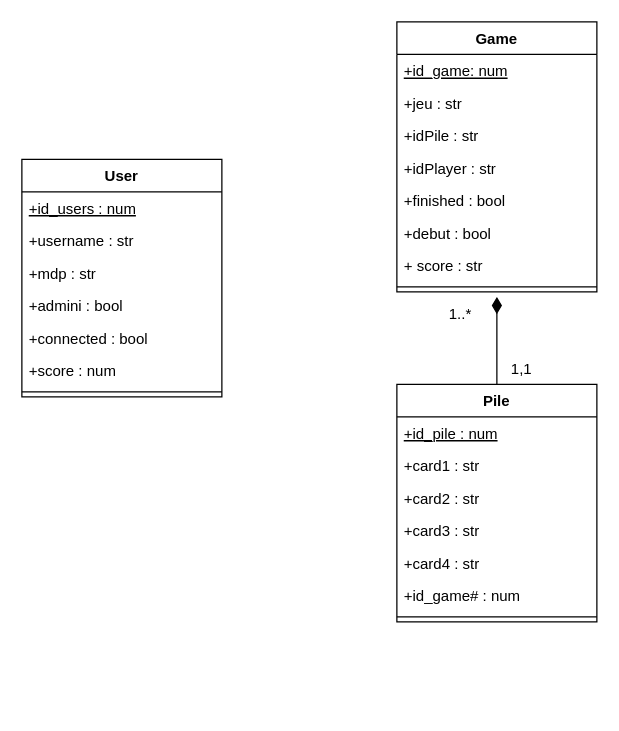
MailineN/ProjetInfo2A keeps this draw.io diagram as Diagrams/MCD2.drawio. Above is the earlier version. Source tidied: cells renumbered, new cells numbered last; positions are measured from the earlier drawing's top-left corner, leaving out a move shared by most shapes. Both pictures are drawn from the tidied source at 125%, with x=0, y=0 at pixel (21, 21).
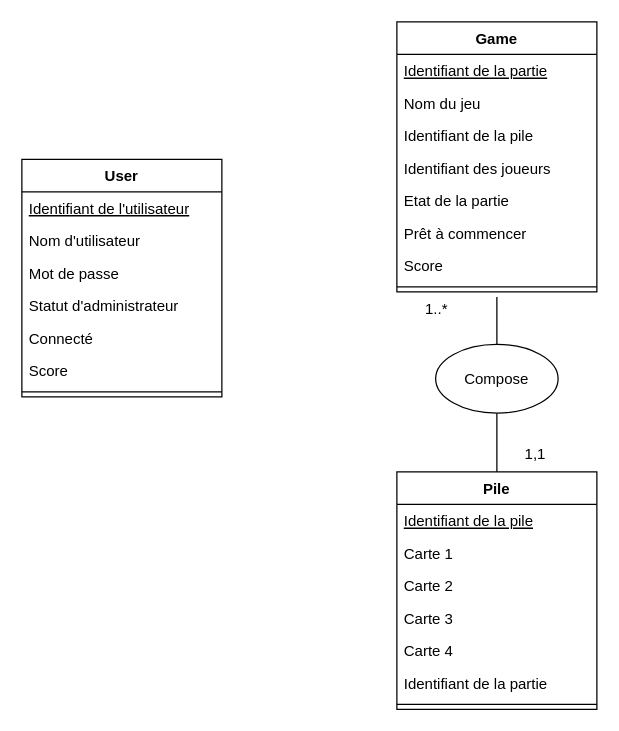
The same diagram, later.

The change refers to these unchanged cells:
```xml
<mxCell id="2" value="User" style="swimlane;fontStyle=1;align=center;verticalAlign=top;horizontal=1;startSize=26;" parent="1" vertex="1">
  <mxGeometry y="110" width="160" height="190" as="geometry" />
</mxCell>
<mxCell id="19" value="Game" style="swimlane;fontStyle=1;align=center;verticalAlign=top;horizontal=1;startSize=26;" parent="1" vertex="1">
  <mxGeometry x="300" width="160" height="216" as="geometry" />
</mxCell>
```

The edit, as a diff of the source:
```diff
@@
-    <mxCell id="3" value="+id_users : num" style="text;strokeColor=none;fillColor=none;align=left;verticalAlign=top;spacingLeft=4;spacingRight=4;overflow=hidden;fontStyle=4;" parent="2" vertex="1">
+    <mxCell id="3" value="Identifiant de l'utilisateur" style="text;strokeColor=none;fillColor=none;align=left;verticalAlign=top;spacingLeft=4;spacingRight=4;overflow=hidden;fontStyle=4;" parent="2" vertex="1">
       <mxGeometry y="26" width="160" height="26" as="geometry" />
     </mxCell>
-    <mxCell id="4" value="+username : str" style="text;strokeColor=none;fillColor=none;align=left;verticalAlign=top;spacingLeft=4;spacingRight=4;overflow=hidden;" parent="2" vertex="1">
+    <mxCell id="4" value="Nom d'utilisateur" style="text;strokeColor=none;fillColor=none;align=left;verticalAlign=top;spacingLeft=4;spacingRight=4;overflow=hidden;" parent="2" vertex="1">
       <mxGeometry y="52" width="160" height="26" as="geometry" />
     </mxCell>
-    <mxCell id="5" value="+mdp : str" style="text;strokeColor=none;fillColor=none;align=left;verticalAlign=top;spacingLeft=4;spacingRight=4;overflow=hidden;" parent="2" vertex="1">
+    <mxCell id="5" value="Mot de passe" style="text;strokeColor=none;fillColor=none;align=left;verticalAlign=top;spacingLeft=4;spacingRight=4;overflow=hidden;" parent="2" vertex="1">
       <mxGeometry y="78" width="160" height="26" as="geometry" />
     </mxCell>
-    <mxCell id="6" value="+admini : bool" style="text;strokeColor=none;fillColor=none;align=left;verticalAlign=top;spacingLeft=4;spacingRight=4;overflow=hidden;" parent="2" vertex="1">
+    <mxCell id="6" value="Statut d'administrateur" style="text;strokeColor=none;fillColor=none;align=left;verticalAlign=top;spacingLeft=4;spacingRight=4;overflow=hidden;" parent="2" vertex="1">
       <mxGeometry y="104" width="160" height="26" as="geometry" />
     </mxCell>
-    <mxCell id="7" value="+connected : bool" style="text;strokeColor=none;fillColor=none;align=left;verticalAlign=top;spacingLeft=4;spacingRight=4;overflow=hidden;" parent="2" vertex="1">
+    <mxCell id="7" value="Connecté" style="text;strokeColor=none;fillColor=none;align=left;verticalAlign=top;spacingLeft=4;spacingRight=4;overflow=hidden;" parent="2" vertex="1">
       <mxGeometry y="130" width="160" height="26" as="geometry" />
     </mxCell>
-    <mxCell id="8" value="+score : num" style="text;strokeColor=none;fillColor=none;align=left;verticalAlign=top;spacingLeft=4;spacingRight=4;overflow=hidden;" parent="2" vertex="1">
+    <mxCell id="8" value="Score" style="text;strokeColor=none;fillColor=none;align=left;verticalAlign=top;spacingLeft=4;spacingRight=4;overflow=hidden;" parent="2" vertex="1">
       <mxGeometry y="156" width="160" height="26" as="geometry" />
     </mxCell>
@@
-    <mxCell id="10" style="edgeStyle=orthogonalEdgeStyle;rounded=0;jettySize=auto;html=1;exitX=0.5;exitY=0;exitDx=0;exitDy=0;endArrow=diamondThin;endFill=1;startSize=13;endSize=11;" parent="1" edge="1" source="11">
+    <mxCell id="10" style="edgeStyle=orthogonalEdgeStyle;rounded=0;jettySize=auto;html=1;exitX=0.5;exitY=0;exitDx=0;exitDy=0;endArrow=none;endFill=0;startSize=13;endSize=11;" parent="1" edge="1" source="11">
       <mxGeometry relative="1" as="geometry">
         <mxPoint x="380" y="220" as="targetPoint" />
       </mxGeometry>
     </mxCell>
     <mxCell id="11" value="Pile" style="swimlane;fontStyle=1;align=center;verticalAlign=top;horizontal=1;startSize=26;" parent="1" vertex="1">
-      <mxGeometry x="300" y="290" width="160" height="190" as="geometry" />
+      <mxGeometry x="300" y="360" width="160" height="190" as="geometry" />
     </mxCell>
-    <mxCell id="12" value="+id_pile : num" style="text;strokeColor=none;fillColor=none;align=left;verticalAlign=top;spacingLeft=4;spacingRight=4;overflow=hidden;fontStyle=4;" parent="11" vertex="1">
+    <mxCell id="12" value="Identifiant de la pile" style="text;strokeColor=none;fillColor=none;align=left;verticalAlign=top;spacingLeft=4;spacingRight=4;overflow=hidden;fontStyle=4;" parent="11" vertex="1">
       <mxGeometry y="26" width="160" height="26" as="geometry" />
     </mxCell>
-    <mxCell id="13" value="+card1 : str" style="text;strokeColor=none;fillColor=none;align=left;verticalAlign=top;spacingLeft=4;spacingRight=4;overflow=hidden;" parent="11" vertex="1">
+    <mxCell id="13" value="Carte 1" style="text;strokeColor=none;fillColor=none;align=left;verticalAlign=top;spacingLeft=4;spacingRight=4;overflow=hidden;" parent="11" vertex="1">
       <mxGeometry y="52" width="160" height="26" as="geometry" />
     </mxCell>
-    <mxCell id="14" value="+card2 : str" style="text;strokeColor=none;fillColor=none;align=left;verticalAlign=top;spacingLeft=4;spacingRight=4;overflow=hidden;" parent="11" vertex="1">
+    <mxCell id="14" value="Carte 2" style="text;strokeColor=none;fillColor=none;align=left;verticalAlign=top;spacingLeft=4;spacingRight=4;overflow=hidden;" parent="11" vertex="1">
       <mxGeometry y="78" width="160" height="26" as="geometry" />
     </mxCell>
-    <mxCell id="15" value="+card3 : str" style="text;strokeColor=none;fillColor=none;align=left;verticalAlign=top;spacingLeft=4;spacingRight=4;overflow=hidden;" parent="11" vertex="1">
+    <mxCell id="15" value="Carte 3" style="text;strokeColor=none;fillColor=none;align=left;verticalAlign=top;spacingLeft=4;spacingRight=4;overflow=hidden;" parent="11" vertex="1">
       <mxGeometry y="104" width="160" height="26" as="geometry" />
     </mxCell>
-    <mxCell id="16" value="+card4 : str" style="text;strokeColor=none;fillColor=none;align=left;verticalAlign=top;spacingLeft=4;spacingRight=4;overflow=hidden;" parent="11" vertex="1">
+    <mxCell id="16" value="Carte 4" style="text;strokeColor=none;fillColor=none;align=left;verticalAlign=top;spacingLeft=4;spacingRight=4;overflow=hidden;" parent="11" vertex="1">
       <mxGeometry y="130" width="160" height="26" as="geometry" />
     </mxCell>
-    <mxCell id="17" value="+id_game# : num" style="text;strokeColor=none;fillColor=none;align=left;verticalAlign=top;spacingLeft=4;spacingRight=4;overflow=hidden;" parent="11" vertex="1">
+    <mxCell id="17" value="Identifiant de la partie " style="text;strokeColor=none;fillColor=none;align=left;verticalAlign=top;spacingLeft=4;spacingRight=4;overflow=hidden;" parent="11" vertex="1">
       <mxGeometry y="156" width="160" height="26" as="geometry" />
     </mxCell>
@@
-    <mxCell id="20" value="+id_game: num" style="text;strokeColor=none;fillColor=none;align=left;verticalAlign=top;spacingLeft=4;spacingRight=4;overflow=hidden;fontStyle=4;" parent="19" vertex="1">
+    <mxCell id="20" value="Identifiant de la partie" style="text;strokeColor=none;fillColor=none;align=left;verticalAlign=top;spacingLeft=4;spacingRight=4;overflow=hidden;fontStyle=4;" parent="19" vertex="1">
       <mxGeometry y="26" width="160" height="26" as="geometry" />
     </mxCell>
-    <mxCell id="21" value="+jeu : str" style="text;strokeColor=none;fillColor=none;align=left;verticalAlign=top;spacingLeft=4;spacingRight=4;overflow=hidden;" parent="19" vertex="1">
+    <mxCell id="21" value="Nom du jeu" style="text;strokeColor=none;fillColor=none;align=left;verticalAlign=top;spacingLeft=4;spacingRight=4;overflow=hidden;" parent="19" vertex="1">
       <mxGeometry y="52" width="160" height="26" as="geometry" />
     </mxCell>
-    <mxCell id="22" value="+idPile : str" style="text;strokeColor=none;fillColor=none;align=left;verticalAlign=top;spacingLeft=4;spacingRight=4;overflow=hidden;" parent="19" vertex="1">
+    <mxCell id="22" value="Identifiant de la pile" style="text;strokeColor=none;fillColor=none;align=left;verticalAlign=top;spacingLeft=4;spacingRight=4;overflow=hidden;" parent="19" vertex="1">
       <mxGeometry y="78" width="160" height="26" as="geometry" />
     </mxCell>
-    <mxCell id="23" value="+idPlayer : str" style="text;strokeColor=none;fillColor=none;align=left;verticalAlign=top;spacingLeft=4;spacingRight=4;overflow=hidden;" parent="19" vertex="1">
+    <mxCell id="23" value="Identifiant des joueurs" style="text;strokeColor=none;fillColor=none;align=left;verticalAlign=top;spacingLeft=4;spacingRight=4;overflow=hidden;" parent="19" vertex="1">
       <mxGeometry y="104" width="160" height="26" as="geometry" />
     </mxCell>
-    <mxCell id="24" value="+finished : bool" style="text;strokeColor=none;fillColor=none;align=left;verticalAlign=top;spacingLeft=4;spacingRight=4;overflow=hidden;" parent="19" vertex="1">
+    <mxCell id="24" value="Etat de la partie" style="text;strokeColor=none;fillColor=none;align=left;verticalAlign=top;spacingLeft=4;spacingRight=4;overflow=hidden;" parent="19" vertex="1">
       <mxGeometry y="130" width="160" height="26" as="geometry" />
     </mxCell>
-    <mxCell id="25" value="+debut : bool" style="text;strokeColor=none;fillColor=none;align=left;verticalAlign=top;spacingLeft=4;spacingRight=4;overflow=hidden;" parent="19" vertex="1">
+    <mxCell id="25" value="Prêt à commencer" style="text;strokeColor=none;fillColor=none;align=left;verticalAlign=top;spacingLeft=4;spacingRight=4;overflow=hidden;" parent="19" vertex="1">
       <mxGeometry y="156" width="160" height="26" as="geometry" />
     </mxCell>
-    <mxCell id="26" value="+ score : str" style="text;strokeColor=none;fillColor=none;align=left;verticalAlign=top;spacingLeft=4;spacingRight=4;overflow=hidden;" parent="19" vertex="1">
+    <mxCell id="26" value="Score" style="text;strokeColor=none;fillColor=none;align=left;verticalAlign=top;spacingLeft=4;spacingRight=4;overflow=hidden;" parent="19" vertex="1">
       <mxGeometry y="182" width="160" height="26" as="geometry" />
     </mxCell>
@@
     <mxCell id="28" value="1,1" style="text;html=1;strokeColor=none;fillColor=none;align=center;verticalAlign=middle;whiteSpace=wrap;rounded=0;fontSize=12;" parent="1" vertex="1">
-      <mxGeometry x="380" y="268" width="40" height="20" as="geometry" />
+      <mxGeometry x="391" y="336" width="40" height="20" as="geometry" />
     </mxCell>
     <mxCell id="29" value="1..*" style="text;html=1;strokeColor=none;fillColor=none;align=center;verticalAlign=middle;whiteSpace=wrap;rounded=0;fontSize=12;" parent="1" vertex="1">
-      <mxGeometry x="331" y="224" width="40" height="20" as="geometry" />
+      <mxGeometry x="312" y="220" width="40" height="20" as="geometry" />
     </mxCell>
+    <mxCell id="30" value="Compose" style="ellipse;whiteSpace=wrap;html=1;" parent="1" vertex="1">
+      <mxGeometry x="331" y="258" width="98" height="55" as="geometry" />
+    </mxCell>
```
